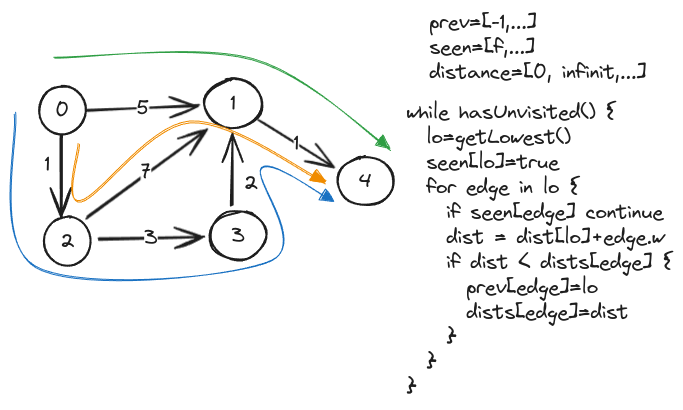
Before: docs/graphs/images/dijkstra.excalidraw.png, a diagram exported from Excalidraw (ThomasCode92/fem-algorithms). Source tidied: one line per element, renumbered; positions are measured from the earlier drawing's top-left corner, leaving out a move shared by most shapes.
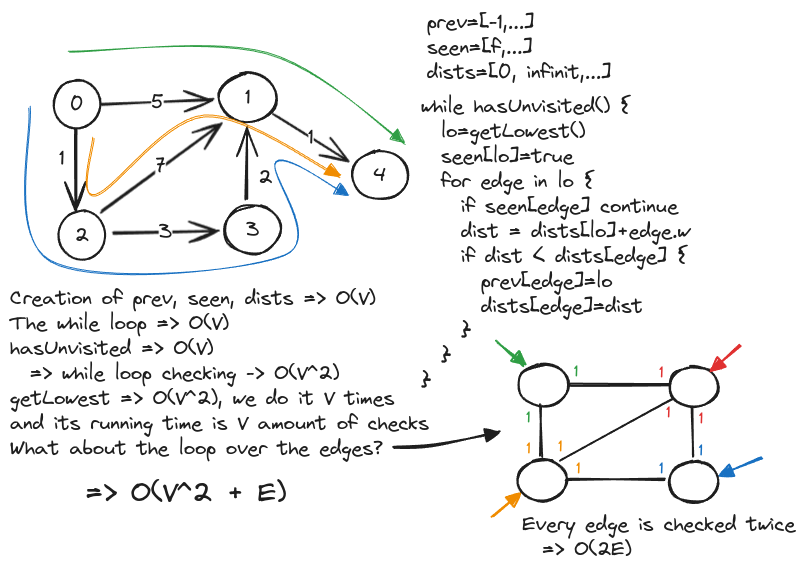
The same file after the commit.

Commit message:
Dijkstra's Shortest Path Run Time

Change to the diagram source:
```diff
@@ -20,8 +20,35 @@
 {"id": 19, "type": "arrow", "strokeColor": "#1e1e1e", "strokeWidth": 2, "roughness": 1, "startArrowhead": "arrow", "round": true, "from": 6, "to": 4, "x": 318, "y": 157, "width": 75, "height": 47, "points": [[0, 0], [-75, -47]]}
 {"id": 20, "type": "text", "text": "1", "strokeColor": "#1e1e1e", "strokeWidth": 2, "roughness": 1, "fontSize": 20, "fontFamily": 1, "textAlign": "center", "verticalAlign": "middle", "inside": 19, "x": 278, "y": 121, "width": 5, "height": 25}
 {"id": 21, "type": "arrow", "strokeColor": "#1e1e1e", "strokeWidth": 2, "roughness": 1, "endArrowhead": "arrow", "round": true, "from": 8, "to": 4, "x": 216, "y": 195, "width": 0, "height": 72, "points": [[0, 0], [0, -72]]}
-{"id": 22, "type": "text", "text": "prev=[-1,...]\nseen=[f,...]\ndistance=[0, infinit,...]", "strokeColor": "#1e1e1e", "strokeWidth": 2, "roughness": 1, "fontSize": 20, "fontFamily": 1, "x": 414, "y": 0, "width": 217, "height": 75}
+{"id": 22, "type": "text", "text": "prev=[-1,...]\nseen=[f,...]\ndists=[0, infinit,...]", "strokeColor": "#1e1e1e", "strokeWidth": 2, "roughness": 1, "fontSize": 20, "fontFamily": 1, "x": 397, "y": 6, "width": 184, "height": 75}
-{"id": 23, "type": "text", "text": "while hasUnvisited() {\n  lo=getLowest()\n  seen[lo]=true\n  for edge in lo {\n    if seen[edge] continue\n    dist = dist[lo]+edge.w\n    if dist < dists[edge] {\n      prev[edge]=lo\n      dists[edge]=dist\n    }\n  }\n}", "strokeColor": "#1e1e1e", "strokeWidth": 2, "roughness": 1, "fontSize": 20, "fontFamily": 1, "x": 391, "y": 90, "width": 267, "height": 300}
+{"id": 23, "type": "text", "text": "while hasUnvisited() {\n  lo=getLowest()\n  seen[lo]=true\n  for edge in lo {\n    if seen[edge] continue\n    dist = dists[lo]+edge.w\n    if dist < dists[edge] {\n      prev[edge]=lo\n      dists[edge]=dist\n    }\n  }\n}", "strokeColor": "#1e1e1e", "strokeWidth": 2, "roughness": 1, "fontSize": 20, "fontFamily": 1, "x": 391, "y": 90, "width": 269, "height": 300}
 {"id": 24, "type": "arrow", "strokeColor": "#2f9e44", "strokeWidth": 1, "roughness": 1, "endArrowhead": "triangle", "round": true, "to": 6, "x": 39, "y": 48, "width": 336, "height": 92, "points": [[0, 0], [198, 1], [336, 92]]}
 {"id": 25, "type": "arrow", "strokeColor": "#1971c2", "strokeWidth": 1, "roughness": 1, "endArrowhead": "triangle", "round": true, "to": 6, "x": 0, "y": 103, "width": 318, "height": 154, "points": [[0, 0], [20, 154], [256, 148], [246, 55], [318, 88]]}
 {"id": 26, "type": "arrow", "strokeColor": "#f08c00", "strokeWidth": 1, "roughness": 1, "endArrowhead": "triangle", "round": true, "from": 0, "to": 6, "x": 64, "y": 134, "width": 247, "height": 79, "points": [[0, 0], [1, 57], [110, -22], [247, 39]]}
+{"id": 27, "type": "text", "text": "Creation of prev, seen, dists => O(V)\nThe while loop => O(V)\nhasUnvisited => O(V)\n  => while loop checking -> O(V^2)\ngetLowest => O(V^2), we do it V times\nand its running time is V amount of checks\nWhat about the loop over the edges?", "strokeColor": "#1e1e1e", "strokeWidth": 2, "roughness": 1, "fontSize": 20, "fontFamily": 1, "x": -20, "y": 282, "width": 419, "height": 175}
+{"id": 28, "type": "ellipse", "strokeColor": "#1e1e1e", "strokeWidth": 2, "roughness": 1, "round": true, "x": 488, "y": 360, "width": 50, "height": 41}
+{"id": 29, "type": "ellipse", "strokeColor": "#1e1e1e", "strokeWidth": 2, "roughness": 1, "round": true, "x": 487, "y": 456, "width": 50, "height": 41}
+{"id": 30, "type": "ellipse", "strokeColor": "#1e1e1e", "strokeWidth": 2, "roughness": 1, "round": true, "x": 639, "y": 458, "width": 50, "height": 41}
+{"id": 31, "type": "ellipse", "strokeColor": "#1e1e1e", "strokeWidth": 2, "roughness": 1, "round": true, "x": 639, "y": 362, "width": 50, "height": 41}
+{"id": 32, "type": "arrow", "strokeColor": "#1e1e1e", "strokeWidth": 2, "roughness": 1, "round": true, "from": 28, "to": 31, "x": 538, "y": 380, "width": 101, "height": 0, "points": [[0, 0], [101, 0]]}
+{"id": 33, "type": "arrow", "strokeColor": "#1e1e1e", "strokeWidth": 2, "roughness": 1, "round": true, "from": 31, "to": 30, "x": 662, "y": 404, "width": 1, "height": 49, "points": [[0, 0], [1, 49]]}
+{"id": 34, "type": "arrow", "strokeColor": "#1e1e1e", "strokeWidth": 2, "roughness": 1, "round": true, "from": 28, "to": 29, "x": 510, "y": 402, "width": 1, "height": 51, "points": [[0, 0], [1, 51]]}
+{"id": 35, "type": "arrow", "strokeColor": "#1e1e1e", "strokeWidth": 2, "roughness": 1, "round": true, "from": 50, "to": 30, "x": 536, "y": 476, "width": 98, "height": 2, "points": [[0, 0], [98, -2]]}
+{"id": 36, "type": "arrow", "strokeColor": "#1e1e1e", "strokeWidth": 2, "roughness": 1, "round": true, "from": 29, "to": 31, "x": 531, "y": 456, "width": 112, "height": 61, "points": [[0, 0], [112, -61]]}
+{"id": 37, "type": "arrow", "strokeColor": "#2f9e44", "strokeWidth": 2, "roughness": 1, "endArrowhead": "triangle", "round": true, "to": 28, "x": 467, "y": 337, "width": 27, "height": 24, "points": [[0, 0], [27, 24]]}
+{"id": 38, "type": "text", "text": "1", "strokeColor": "#2f9e44", "strokeWidth": 2, "roughness": 1, "fontSize": 16, "fontFamily": 1, "x": 544, "y": 358, "width": 4, "height": 20}
+{"id": 39, "type": "text", "text": "1", "strokeColor": "#2f9e44", "strokeWidth": 2, "roughness": 1, "fontSize": 16, "fontFamily": 1, "x": 496, "y": 404, "width": 4, "height": 20}
+{"id": 40, "type": "arrow", "strokeColor": "#e03131", "strokeWidth": 2, "roughness": 1, "endArrowhead": "triangle", "round": true, "to": 31, "x": 710, "y": 342, "width": 29, "height": 24, "points": [[0, 0], [-29, 24]]}
+{"id": 41, "type": "text", "text": "1", "strokeColor": "#e03131", "strokeWidth": 2, "roughness": 1, "fontSize": 16, "fontFamily": 1, "x": 629, "y": 359, "width": 4, "height": 20}
+{"id": 42, "type": "text", "text": "1", "strokeColor": "#e03131", "strokeWidth": 2, "roughness": 1, "fontSize": 16, "fontFamily": 1, "x": 636, "y": 399, "width": 4, "height": 20}
+{"id": 43, "type": "text", "text": "1", "strokeColor": "#e03131", "strokeWidth": 2, "roughness": 1, "fontSize": 16, "fontFamily": 1, "x": 669, "y": 405, "width": 4, "height": 20}
+{"id": 44, "type": "arrow", "strokeColor": "#1971c2", "strokeWidth": 2, "roughness": 1, "endArrowhead": "triangle", "round": true, "to": 30, "x": 732, "y": 455, "width": 41, "height": 15, "points": [[0, 0], [-41, 15]]}
+{"id": 45, "type": "text", "text": "1", "strokeColor": "#1971c2", "strokeWidth": 2, "roughness": 1, "fontSize": 16, "fontFamily": 1, "x": 669, "y": 437, "width": 4, "height": 20}
+{"id": 46, "type": "text", "text": "1", "strokeColor": "#1971c2", "strokeWidth": 2, "roughness": 1, "fontSize": 16, "fontFamily": 1, "x": 629, "y": 455, "width": 4, "height": 20}
+{"id": 47, "type": "arrow", "strokeColor": "#f08c00", "strokeWidth": 2, "roughness": 1, "endArrowhead": "triangle", "round": true, "to": 29, "x": 462, "y": 512, "width": 27, "height": 22, "points": [[0, 0], [27, -22]]}
+{"id": 48, "type": "text", "text": "1", "strokeColor": "#f08c00", "strokeWidth": 2, "roughness": 1, "fontSize": 16, "fontFamily": 1, "x": 497, "y": 435, "width": 4, "height": 20}
+{"id": 49, "type": "text", "text": "1", "strokeColor": "#f08c00", "strokeWidth": 2, "roughness": 1, "fontSize": 16, "fontFamily": 1, "x": 528, "y": 433, "width": 4, "height": 20}
+{"id": 50, "type": "text", "text": "1", "strokeColor": "#f08c00", "strokeWidth": 2, "roughness": 1, "fontSize": 16, "fontFamily": 1, "x": 546, "y": 455, "width": 4, "height": 20}
+{"id": 51, "type": "text", "text": "Every edge is checked twice\n  => O(2E)", "strokeColor": "#1e1e1e", "strokeWidth": 2, "roughness": 1, "fontSize": 20, "fontFamily": 1, "x": 492, "y": 508, "width": 273, "height": 50}
+{"id": 52, "type": "arrow", "strokeColor": "#1e1e1e", "strokeWidth": 2, "roughness": 1, "endArrowhead": "triangle", "round": true, "x": 363, "y": 444, "width": 107, "height": 17, "points": [[0, 0], [41, -2], [107, -17]]}
+{"id": 53, "type": "text", "text": "=> O(V^2 + E)", "strokeColor": "#1e1e1e", "strokeWidth": 2, "roughness": 1, "fontSize": 28, "fontFamily": 1, "x": 56, "y": 472, "width": 200, "height": 35}
```
